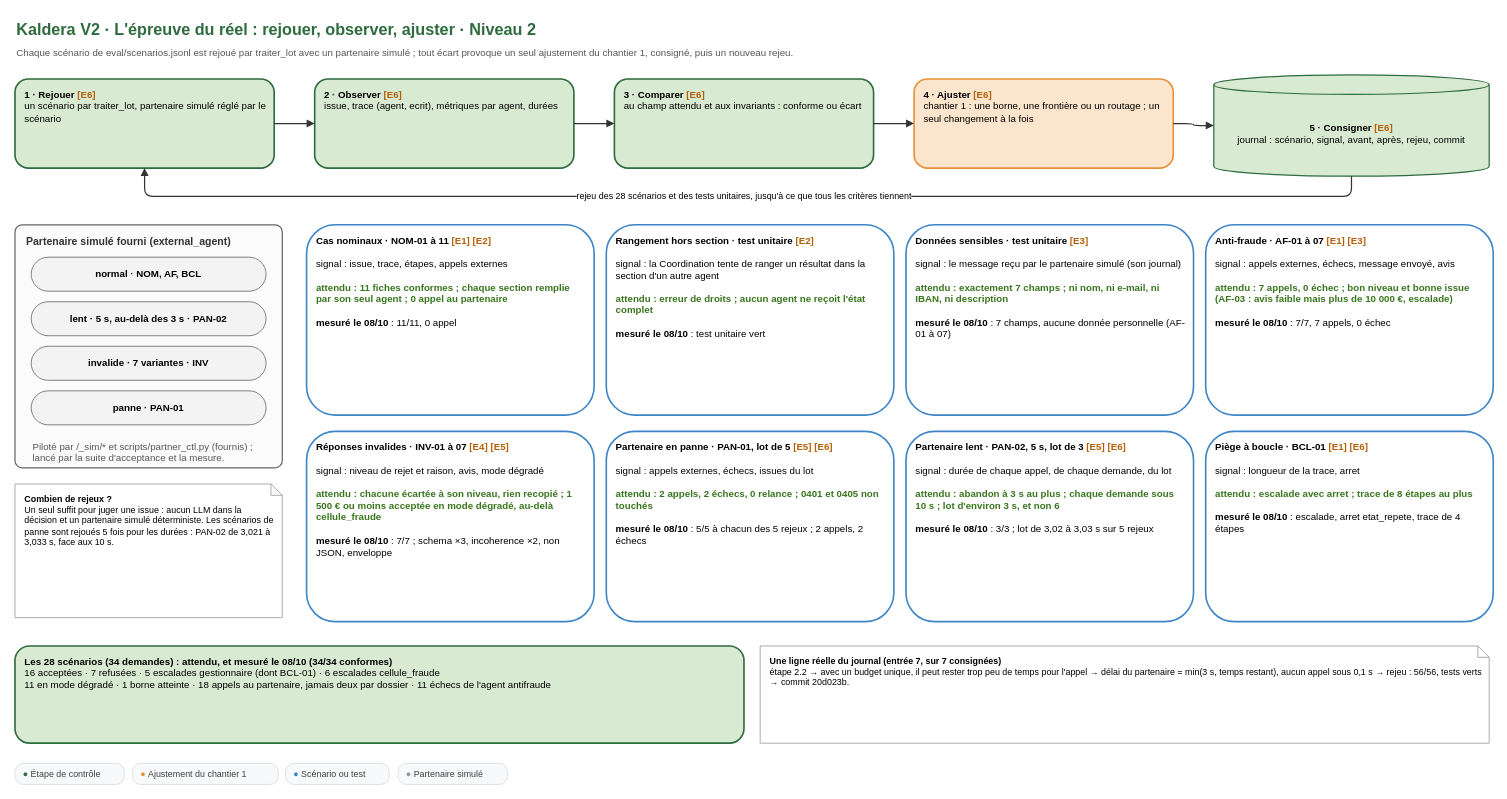
The draw.io diagram conception/schemas/schema-N2-epreuve-du-reel.drawio in Ganda15/kaldera-bout-en-bout_v2, before the edit. Source tidied: cells renumbered, new cells numbered last; positions are measured from the earlier drawing's top-left corner, leaving out a move shared by most shapes. Both pictures are drawn from the tidied source at 81%, with x=0, y=0 at pixel (15, 14).
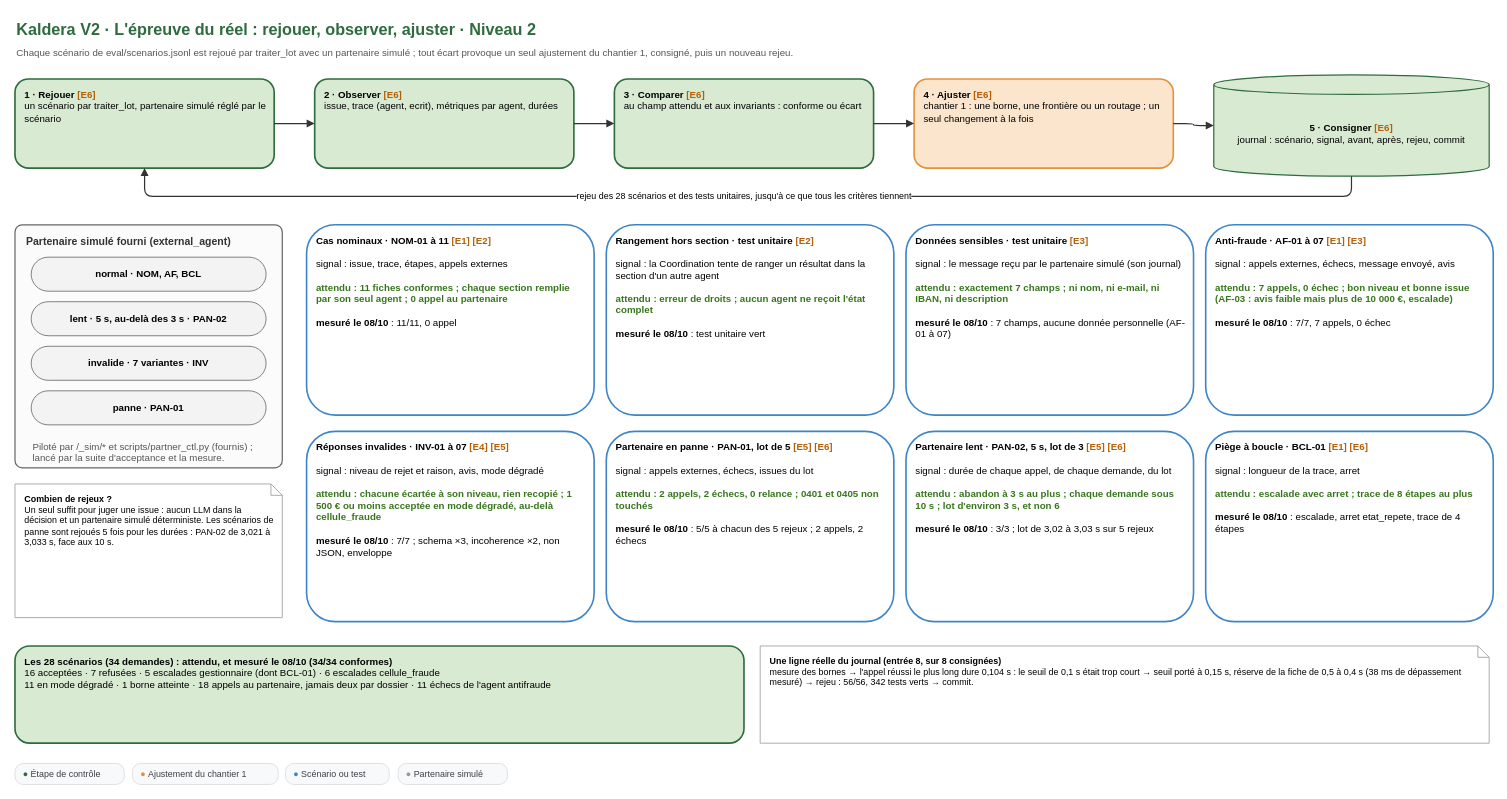
The same diagram, later.

Diff of the diagram source:
```diff
@@
-    <mxCell id="30" value="&lt;b&gt;Une ligne réelle du journal (entrée 7, sur 7 consignées)&lt;/b&gt;&lt;br&gt;étape 2.2 → avec un budget unique, il peut rester trop peu de temps pour l'appel → délai du partenaire = min(3 s, temps restant), aucun appel sous 0,1 s → rejeu : 56/56, tests verts → commit 20d023b." style="whiteSpace=wrap;html=1;fontFamily=Arial;fontSize=12;align=left;spacingLeft=10;spacingRight=8;verticalAlign=top;spacingTop=6;shape=note;size=14;fillColor=#ffffff;strokeColor=#999999;fontSize=11;" parent="1" vertex="1">
+    <mxCell id="30" value="&lt;b&gt;Une ligne réelle du journal (entrée 8, sur 8 consignées)&lt;/b&gt;&lt;br&gt;mesure des bornes → l'appel réussi le plus long dure 0,104 s : le seuil de 0,1 s était trop court → seuil porté à 0,15 s, réserve de la fiche de 0,5 à 0,4 s (38 ms de dépassement mesuré) → rejeu : 56/56, 342 tests verts → commit." style="whiteSpace=wrap;html=1;fontFamily=Arial;fontSize=12;align=left;spacingLeft=10;spacingRight=8;verticalAlign=top;spacingTop=6;shape=note;size=14;fillColor=#ffffff;strokeColor=#999999;fontSize=11;" parent="1" vertex="1">
       <mxGeometry x="920" y="780" width="900" height="120" as="geometry" />
     </mxCell>
```
